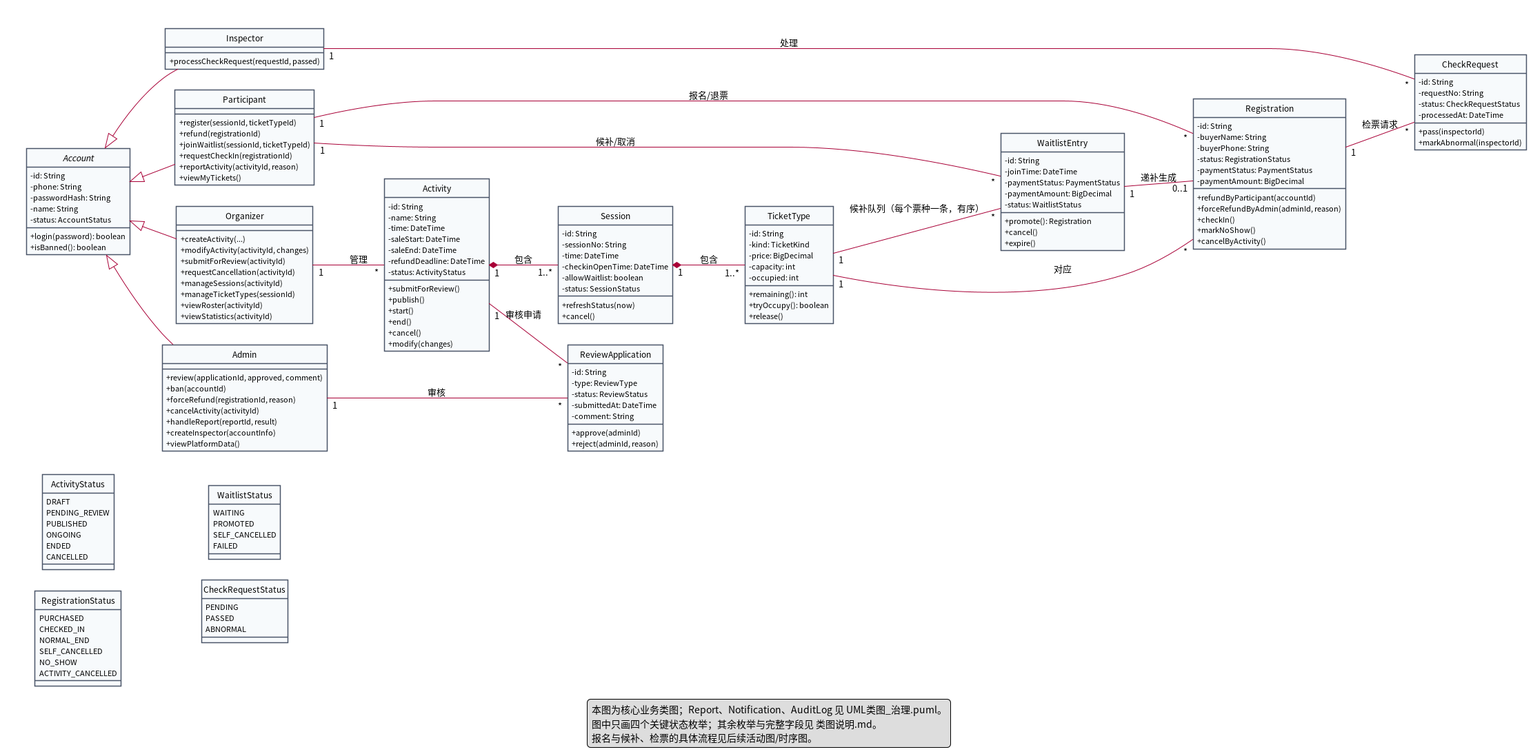
Lewis-44-China/se-lab1-requirements keeps this PlantUML diagram as lab2/UML/UML类图.png. Above is the earlier version.
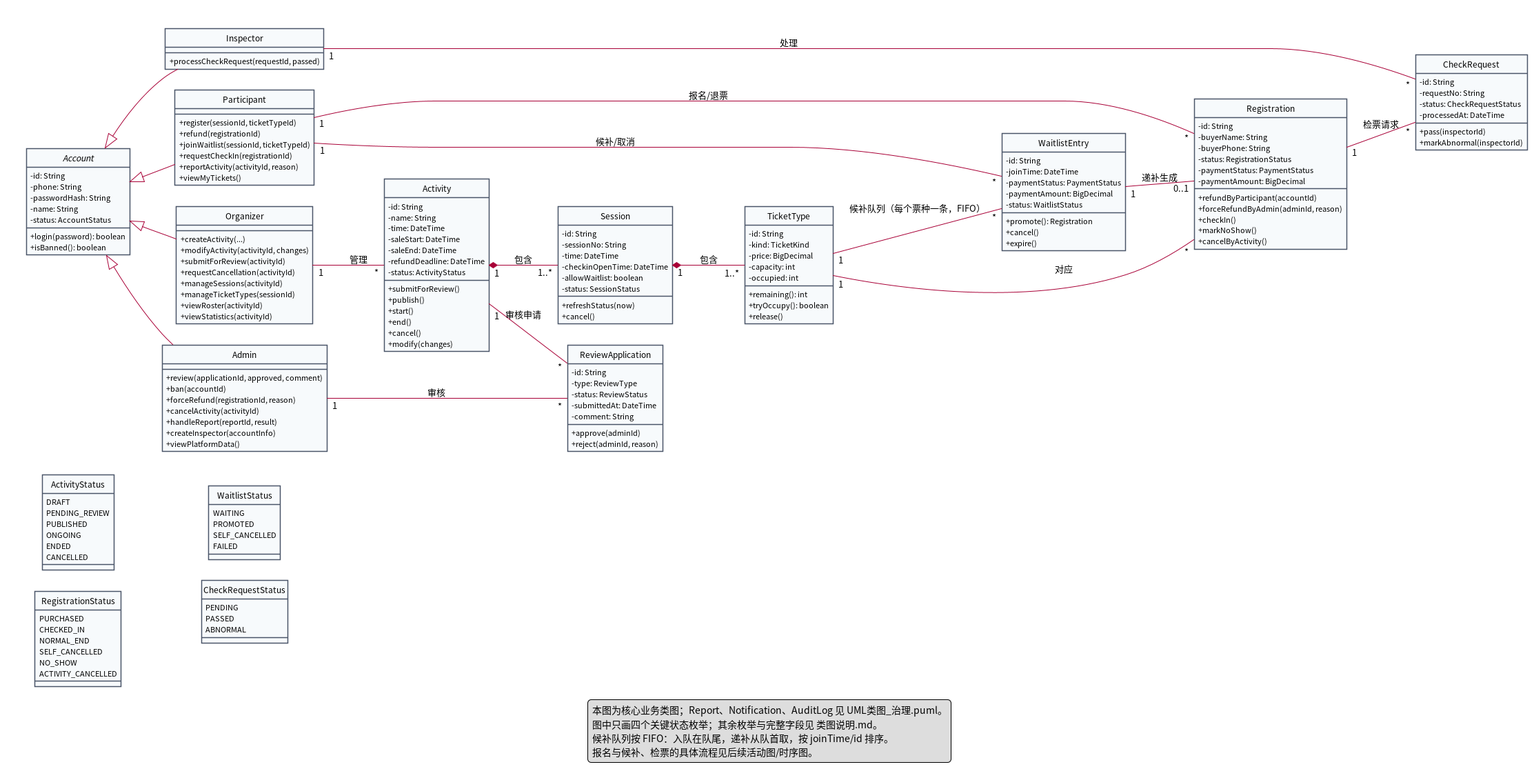
After the commit.

Commit message:
lab2: 候补队列改为 FIFO 语义

The edit, as a diff of the source:
```diff
@@ -171,7 +171,7 @@
 Participant "1" -- "*" Registration : 报名/退票
 TicketType "1" -- "*" Registration : 对应
 Participant "1" -- "*" WaitlistEntry : 候补/取消
-TicketType "1" -- "*" WaitlistEntry : 候补队列（每个票种一条，有序）
+TicketType "1" -- "*" WaitlistEntry : 候补队列（每个票种一条，FIFO）
 WaitlistEntry "1" -- "0..1" Registration : 递补生成
 Registration "1" -- "*" CheckRequest : 检票请求
 Inspector "1" -- "*" CheckRequest : 处理
@@ -179,6 +179,7 @@
 legend bottom
   本图为核心业务类图；Report、Notification、AuditLog 见 UML类图_治理.puml。
   图中只画四个关键状态枚举；其余枚举与完整字段见 类图说明.md。
+  候补队列按 FIFO：入队在队尾，递补从队首取，按 joinTime/id 排序。
   报名与候补、检票的具体流程见后续活动图/时序图。
 endlegend
 @enduml
```
